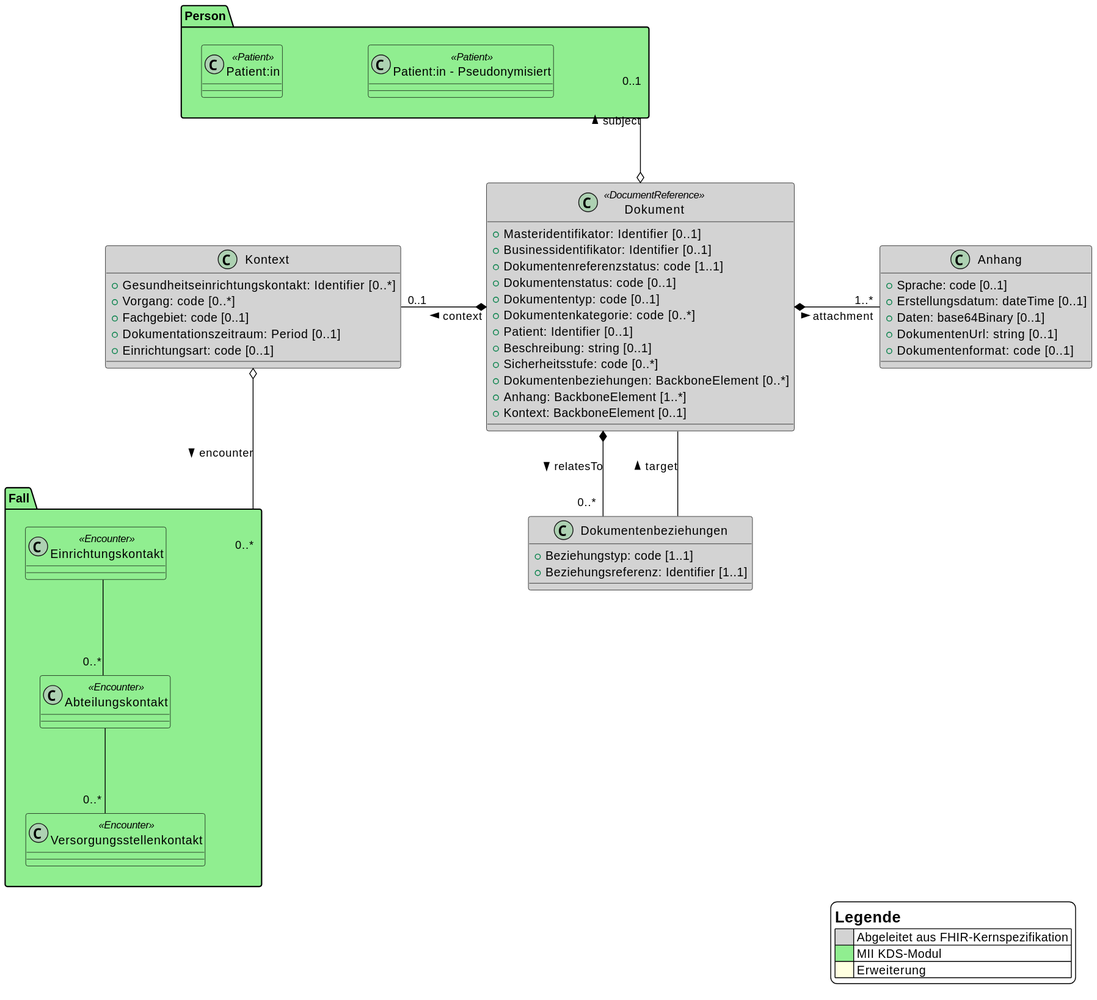
Above: input/plantuml/Informationsmodell.svg in forschungsgruppe-digital-health/mii-kds-dokument-ig-inoffiziell (PlantUML), before the change. The source it was exported from:
```plantuml
@startuml
skinparam Linetype ortho
skinparam Nodesep 100
skinparam Ranksep 100
skinparam LegendBackgroundColor #White
skinparam ClassBackgroundColor #LightGray
skinparam ClassBorderColor #Black
skinparam ClassFontColor #Black
skinparam ArrowColor #Black
skinparam Shadowing false

legend bottom right
    = Legende
    |<#LightGray>      | Abgeleitet aus FHIR-Kernspezifikation |
    |<#LightGreen>     | MII KDS-Modul |
    |<#LightYellow>    | Erweiterung |
endlegend

package Person #LightGreen {
    class "Patient:in" <<Patient>> #LightGreen
    class "Patient:in - Pseudonymisiert" <<Patient>> #LightGreen
}

package Fall #LightGreen {
  class Einrichtungskontakt <<Encounter>> #LightGreen
  class Abteilungskontakt <<Encounter>> #LightGreen
  class Versorgungsstellenkontakt <<Encounter>> #LightGreen
}

class Dokument <<DocumentReference>> {
    + {field} Masteridentifikator: Identifier [0..1]
    + {field} Businessidentifikator: Identifier [0..1]
    + {field} Dokumentenreferenzstatus: code [1..1]
    + {field} Dokumentenstatus: code [0..1]
    + {field} Dokumententyp: code [0..1]
    + {field} Dokumentenkategorie: code [0..*]
    + {field} Patient: Identifier [0..1]
    + {field} Beschreibung: string [0..1]
    + {field} Sicherheitsstufe: code [0..*]
    + {field} Dokumentenbeziehungen: BackboneElement [0..*]
    + {field} Anhang: BackboneElement [1..*]
    + {field} Kontext: BackboneElement [0..1]
}

class Dokumentenbeziehungen {
    + {field} Beziehungstyp: code [1..1]
    + {field} Beziehungsreferenz: Identifier [1..1]
}

class Kontext {
    + {field} Gesundheitseinrichtungskontakt: Identifier [0..*]
    + {field} Vorgang: code [0..*]
    + {field} Fachgebiet: code [0..1]
    + {field} Dokumentationszeitraum: Period [0..1]
    + {field} Einrichtungsart: code [0..1]
}

class Anhang {
    + {field} Sprache: code [0..1]
    + {field} Erstellungsdatum: dateTime [0..1]
    + {field} Daten: base64Binary [0..1]
    + {field} DokumentenUrl: string [0..1]
    + {field} Dokumentenformat: code [0..1]
}

Dokument *- "1..*" Anhang: attachment >
Dokument *-l- "0..1" Kontext: context >
Dokument *-- "0..*" Dokumentenbeziehungen: relatesTo >
Dokument o-u- "0..1" Person: subject >
Dokumentenbeziehungen -- Dokument: target >
Kontext o-d- "0..*" Fall: encounter >
Einrichtungskontakt -- "0..*" Abteilungskontakt
Abteilungskontakt -- "0..*" Versorgungsstellenkontakt
@enduml
```
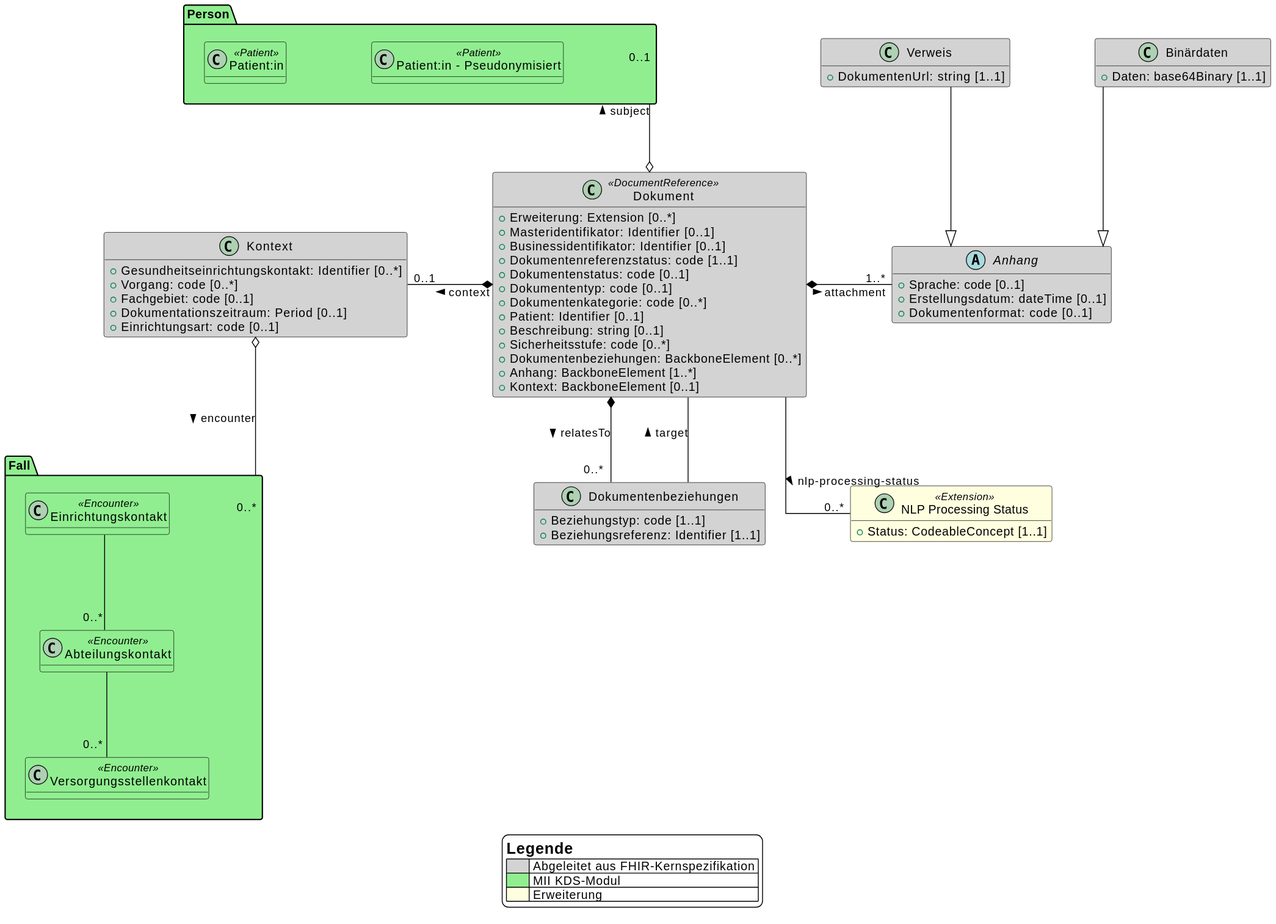
The same diagram one commit later.

What changed in the source:
```diff
@@ -8,8 +8,9 @@
 skinparam ClassFontColor #Black
 skinparam ArrowColor #Black
 skinparam Shadowing false
+hide methods
 
-legend bottom right
+legend bottom
     = Legende
     |<#LightGray>      | Abgeleitet aus FHIR-Kernspezifikation |
     |<#LightGreen>     | MII KDS-Modul |
@@ -28,6 +29,7 @@
 }
 
 class Dokument <<DocumentReference>> {
+    + {field} Erweiterung: Extension [0..*]
     + {field} Masteridentifikator: Identifier [0..1]
     + {field} Businessidentifikator: Identifier [0..1]
     + {field} Dokumentenreferenzstatus: code [1..1]
@@ -40,6 +42,10 @@
     + {field} Dokumentenbeziehungen: BackboneElement [0..*]
     + {field} Anhang: BackboneElement [1..*]
     + {field} Kontext: BackboneElement [0..1]
+}
+
+class NlpProcessingStatus as "NLP Processing Status" <<Extension>> #LightYellow {
+    + {field} Status: CodeableConcept [1..1]
 }
 
 class Dokumentenbeziehungen {
@@ -55,18 +61,27 @@
     + {field} Einrichtungsart: code [0..1]
 }
 
-class Anhang {
+abstract class Anhang {
     + {field} Sprache: code [0..1]
     + {field} Erstellungsdatum: dateTime [0..1]
-    + {field} Daten: base64Binary [0..1]
-    + {field} DokumentenUrl: string [0..1]
     + {field} Dokumentenformat: code [0..1]
 }
 
-Dokument *- "1..*" Anhang: attachment >
+class Binärdaten {
+    + {field} Daten: base64Binary [1..1]
+}
+
+class Verweis {
+    + {field} DokumentenUrl: string [1..1]
+}
+
+Dokument -d- "0..*" NlpProcessingStatus: nlp-processing-status >
+Dokument *-r- "1..*" Anhang: attachment >
 Dokument *-l- "0..1" Kontext: context >
-Dokument *-- "0..*" Dokumentenbeziehungen: relatesTo >
+Dokument *-d- "0..*" Dokumentenbeziehungen: relatesTo >
 Dokument o-u- "0..1" Person: subject >
+Anhang <|-u- Binärdaten
+Anhang <|-u- Verweis
 Dokumentenbeziehungen -- Dokument: target >
 Kontext o-d- "0..*" Fall: encounter >
 Einrichtungskontakt -- "0..*" Abteilungskontakt
```
